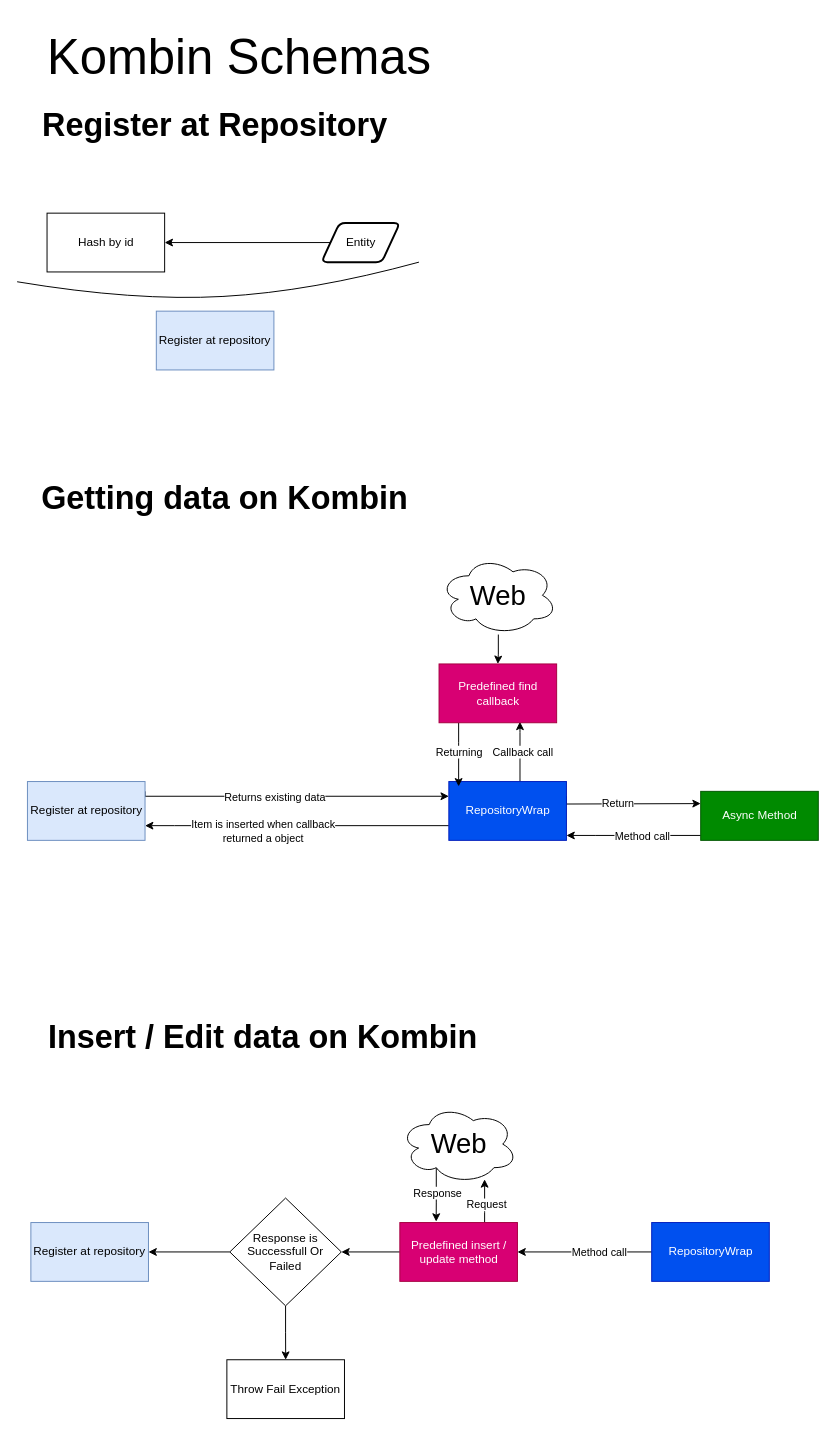
Morphosium/kombin-js keeps this draw.io diagram as media/schema.drawio. Above is the earlier version. Source tidied: cells renumbered, new cells numbered last; positions are measured from the earlier drawing's top-left corner, leaving out a move shared by most shapes. Both pictures are drawn from the tidied source at 98%, with x=0, y=0 at pixel (17, 17).
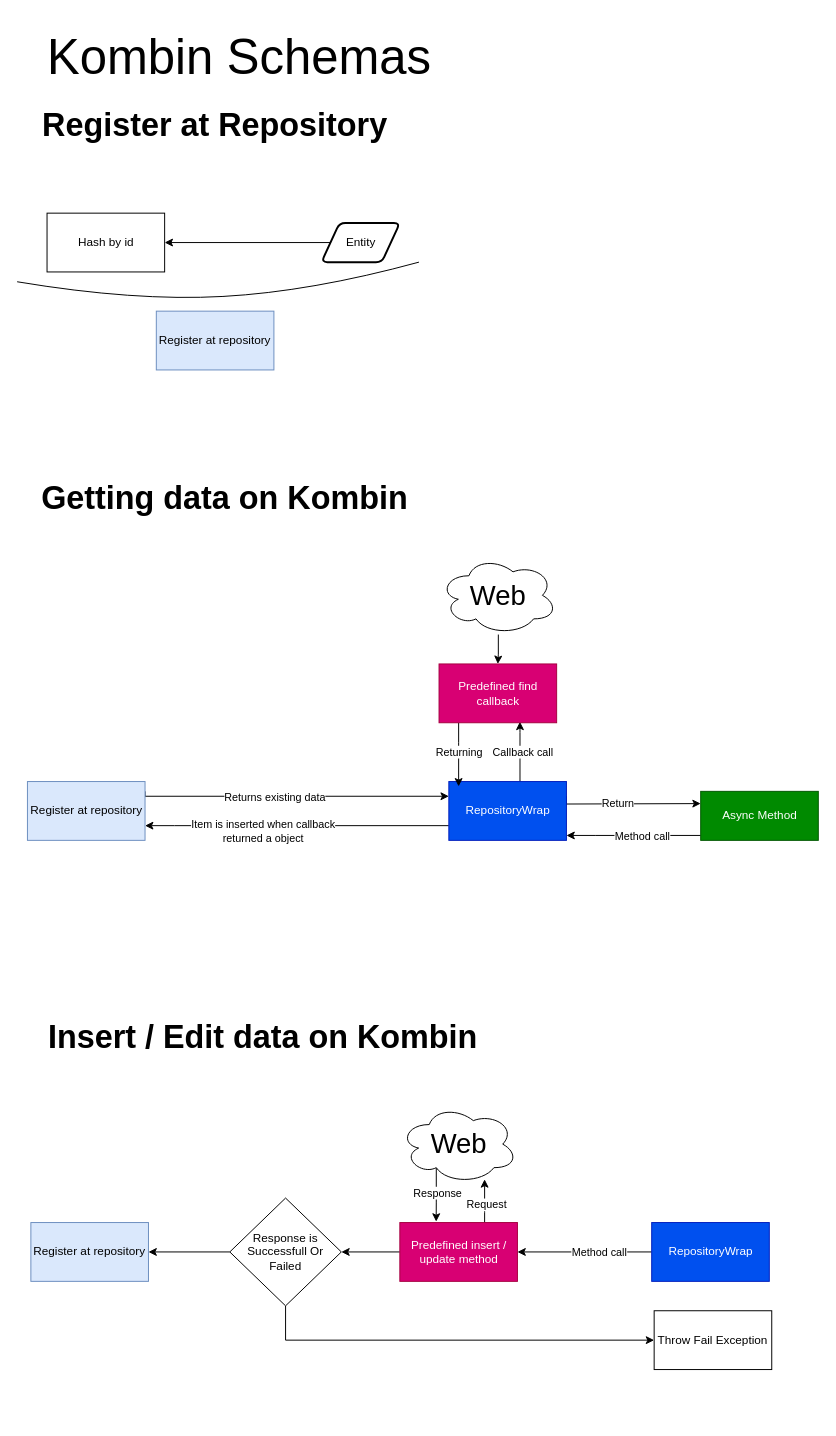
After the change.

Unchanged cells that the change refers to:
```xml
<mxCell id="36" value="Response is&lt;br&gt;Successfull Or Failed" style="rhombus;whiteSpace=wrap;html=1;" parent="1" vertex="1">
  <mxGeometry x="217" y="1205" width="113.8" height="110" as="geometry" />
</mxCell>
```

What changed in the source:
```diff
@@
-    <mxCell id="34" style="edgeStyle=orthogonalEdgeStyle;rounded=0;jettySize=auto;html=1;entryX=0.5;entryY=0;entryDx=0;entryDy=0;" parent="1" edge="1" source="36" target="37">
-      <mxGeometry relative="1" as="geometry" />
+    <mxCell id="34" style="edgeStyle=orthogonalEdgeStyle;rounded=0;jettySize=auto;html=1;entryX=0;entryY=0.5;entryDx=0;entryDy=0;" parent="1" edge="1" source="36" target="37">
+      <mxGeometry relative="1" as="geometry">
+        <Array as="points">
+          <mxPoint x="274" y="1350" />
+        </Array>
+      </mxGeometry>
     </mxCell>
@@
     <mxCell id="37" value="Throw Fail Exception" style="rounded=0;whiteSpace=wrap;html=1;" parent="1" vertex="1">
-      <mxGeometry x="214" y="1370" width="120" height="60" as="geometry" />
+      <mxGeometry x="650" y="1320" width="120" height="60" as="geometry" />
     </mxCell>
```
